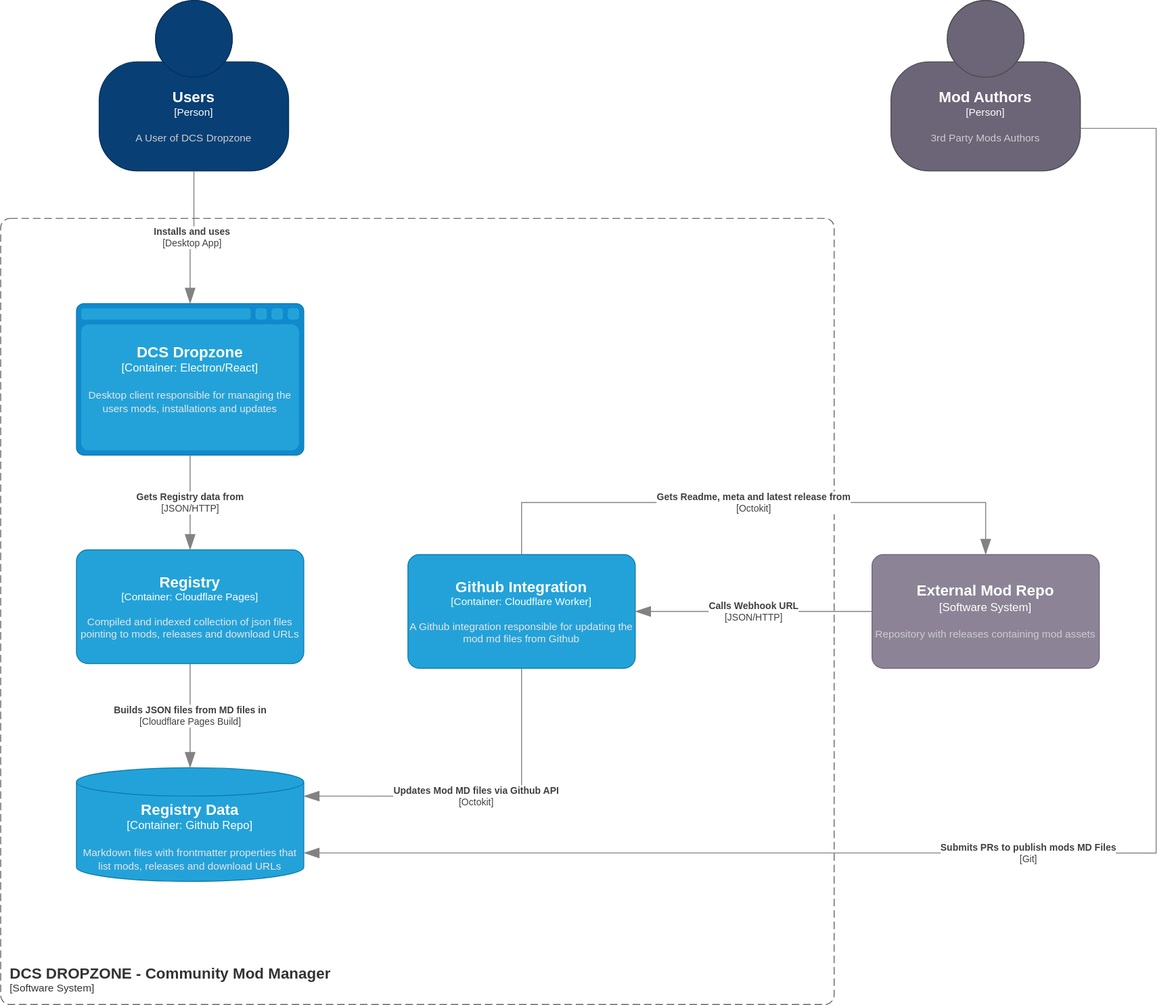
Above: c4.drawio.svg in flying-dice/dcs-mod-manager-registry (draw.io), before the change. Source tidied: cells renumbered, new cells last; positions are measured from the earlier drawing's top-left corner, leaving out a move shared by most shapes.
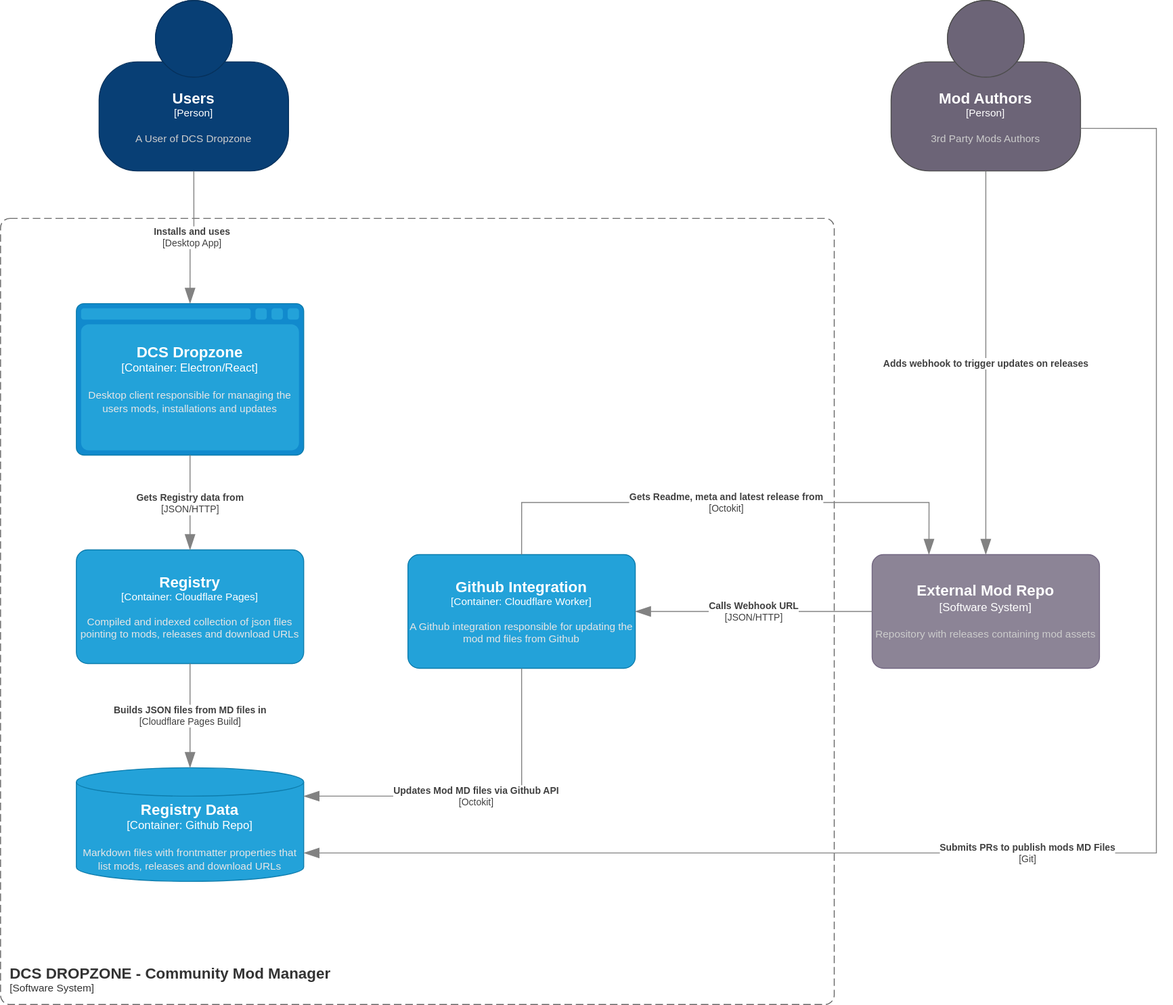
After the change.

Diff of the diagram source:
```diff
@@ -79,14 +79,19 @@
       </mxCell>
     </object>
     <object id="16" label="&lt;div style=&quot;text-align: left&quot;&gt;&lt;div style=&quot;text-align: center&quot;&gt;&lt;b&gt;%c4Description%&lt;/b&gt;&lt;/div&gt;&lt;div style=&quot;text-align: center&quot;&gt;[%c4Technology%]&lt;/div&gt;&lt;/div&gt;" c4Description="Gets Readme, meta and latest release from" c4Technology="Octokit" c4Type="Relationship" placeholders="1">
-      <mxCell style="endArrow=blockThin;html=1;fontSize=10;fontColor=#404040;strokeWidth=1;endFill=1;strokeColor=#828282;elbow=vertical;endSize=14;startSize=14;jumpStyle=arc;jumpSize=16;rounded=0;edgeStyle=orthogonalEdgeStyle;entryX=0.5;entryY=0;entryDx=0;entryDy=0;entryPerimeter=0;exitX=0.5;exitY=0;exitDx=0;exitDy=0;exitPerimeter=0;" parent="1" edge="1" source="8" target="4">
+      <mxCell style="endArrow=blockThin;html=1;fontSize=10;fontColor=#404040;strokeWidth=1;endFill=1;strokeColor=#828282;elbow=vertical;endSize=14;startSize=14;jumpStyle=arc;jumpSize=16;rounded=0;edgeStyle=orthogonalEdgeStyle;entryX=0.25;entryY=0;entryDx=0;entryDy=0;entryPerimeter=0;exitX=0.5;exitY=0;exitDx=0;exitDy=0;exitPerimeter=0;" parent="1" edge="1" source="8" target="4">
         <mxGeometry relative="1" as="geometry">
           <Array as="points">
             <mxPoint x="550" y="530" />
-            <mxPoint x="1040" y="530" />
+            <mxPoint x="980" y="530" />
           </Array>
         </mxGeometry>
       </mxCell>
     </object>
+    <object id="17" label="&lt;div style=&quot;text-align: left&quot;&gt;&lt;div style=&quot;text-align: center&quot;&gt;&lt;b&gt;%c4Description%&lt;/b&gt;&lt;/div&gt;" c4Description="Adds webhook to trigger updates on releases" c4Type="Relationship" placeholders="1">
+      <mxCell style="endArrow=blockThin;html=1;fontSize=10;fontColor=#404040;strokeWidth=1;endFill=1;strokeColor=#828282;elbow=vertical;endSize=14;startSize=14;jumpStyle=arc;jumpSize=16;rounded=0;edgeStyle=orthogonalEdgeStyle;exitX=0.5;exitY=1;exitDx=0;exitDy=0;exitPerimeter=0;entryX=0.5;entryY=0;entryDx=0;entryDy=0;entryPerimeter=0;" parent="1" edge="1" source="7" target="4">
+        <mxGeometry relative="1" as="geometry" />
+      </mxCell>
+    </object>
   </root>
 </mxGraphModel>
```
